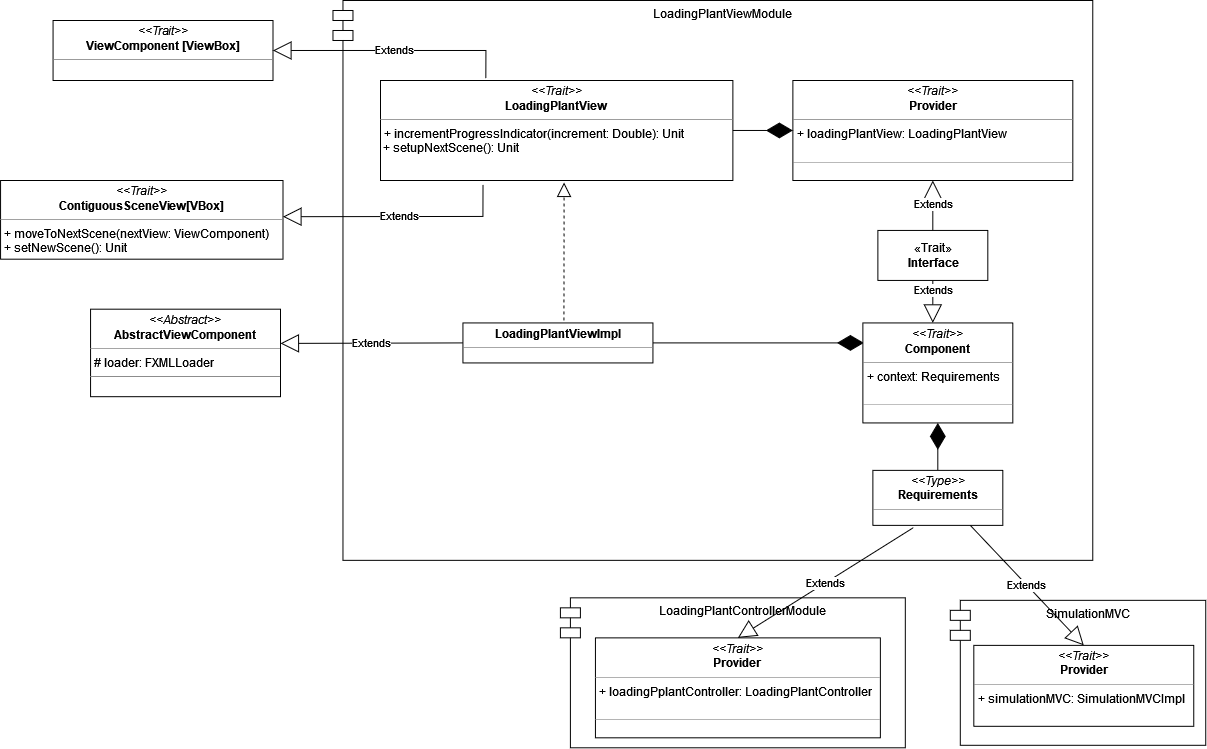
Earlier version of the draw.io export docs/img/loading_plant_view.png (AnnaVitali/PPS-22-smartgh). Source tidied: cells renumbered, new cells last; positions are measured from the earlier drawing's top-left corner, leaving out a move shared by most shapes.
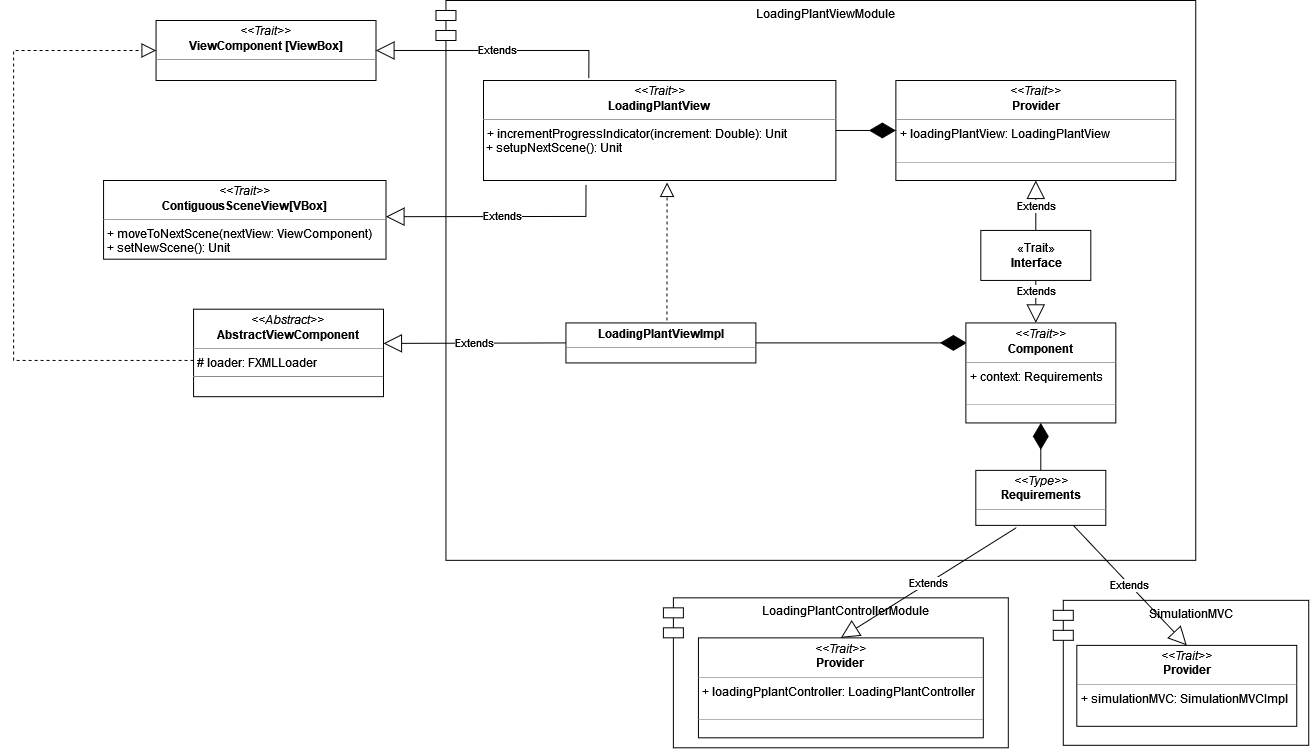
Later version of the same file.

What changed in the source:
```diff
@@ -92,5 +92,13 @@
     <mxCell id="26" value="Extends" style="endArrow=block;endSize=16;endFill=0;html=1;rounded=0;entryX=0.5;entryY=0;entryDx=0;entryDy=0;exitX=0.75;exitY=1;exitDx=0;exitDy=0;" parent="1" edge="1" source="13" target="25">
       <mxGeometry relative="1" as="geometry" />
     </mxCell>
+    <mxCell id="27" style="endArrow=block;dashed=1;endFill=0;endSize=12;html=1;rounded=0;exitX=0;exitY=0.586;exitDx=0;exitDy=0;exitPerimeter=0;entryX=0;entryY=0.5;entryDx=0;entryDy=0;" parent="1" edge="1" source="22" target="5">
+      <mxGeometry relative="1" as="geometry">
+        <Array as="points">
+          <mxPoint x="-90" y="360" />
+          <mxPoint x="-90" y="50" />
+        </Array>
+      </mxGeometry>
+    </mxCell>
   </root>
 </mxGraphModel>
```
